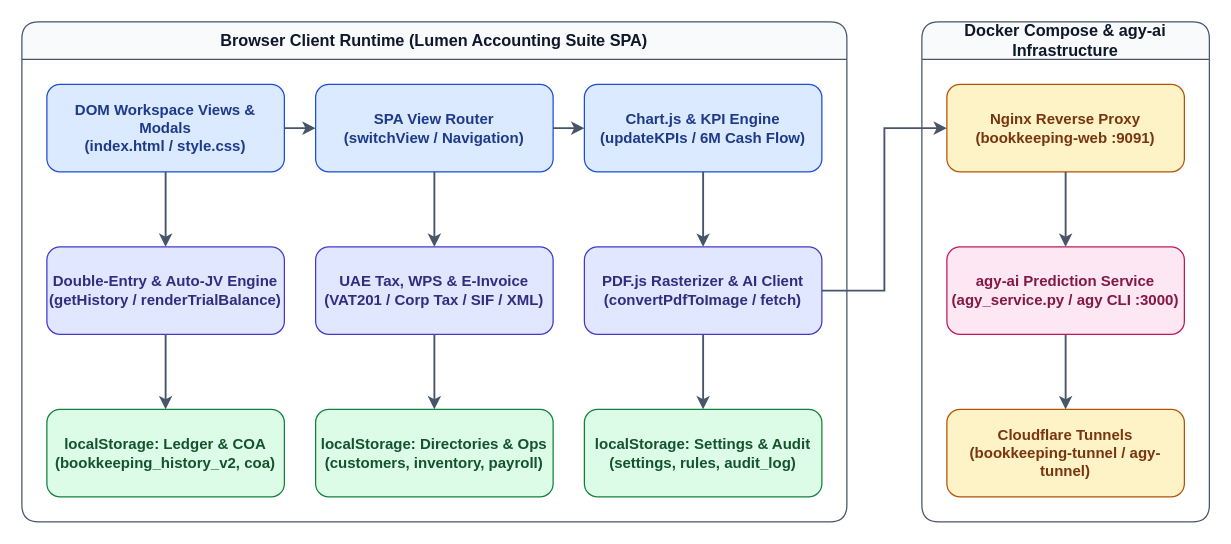
lumenconsultancyae/bookeeping_docs keeps this draw.io diagram as docs/diagrams/system-architecture.drawio. Above is the earlier version. Source tidied: cells renumbered, new cells numbered last; positions are measured from the earlier drawing's top-left corner, leaving out a move shared by most shapes. Both pictures are drawn from the tidied source at 125%, with x=0, y=0 at pixel (21, 21).
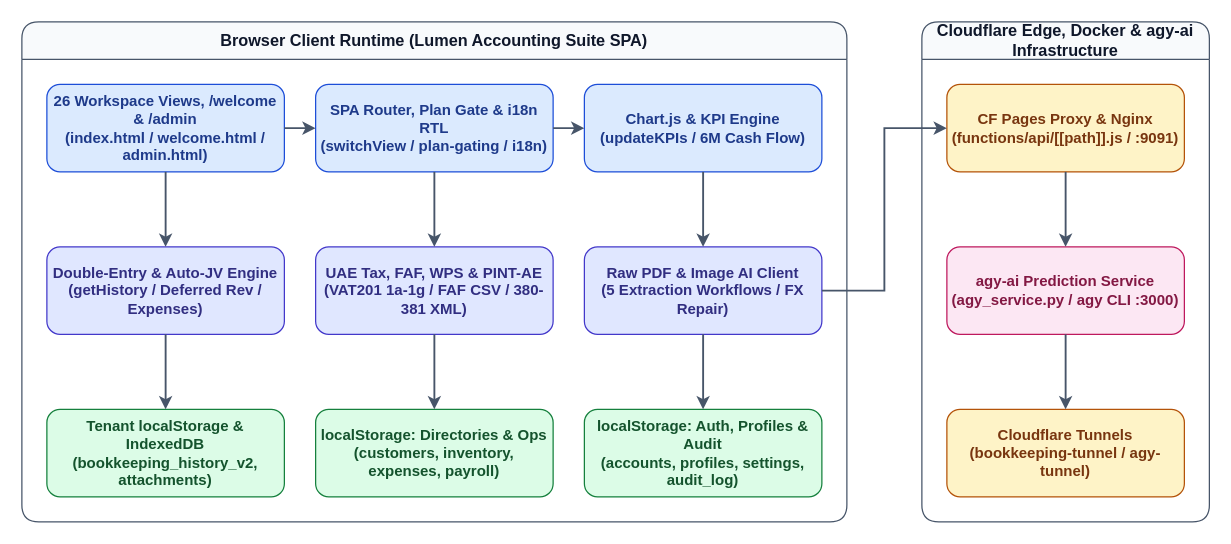
After the change.

Commit message (it also covers changes not shown here):
docs(architecture): synchronize PRD, SDD, runbook, user guide, and Draw.io diagrams with codebase

The change refers to these unchanged cells:
```xml
<mxCell id="2" value="Browser Client Runtime (Lumen Accounting Suite SPA)" style="swimlane;whiteSpace=wrap;html=1;startSize=30;fillColor=#f8fafc;strokeColor=#475569;fontColor=#0f172a;fontStyle=1;fontSize=13;rounded=1;" parent="1" vertex="1">
  <mxGeometry width="660" height="400" as="geometry" />
</mxCell>
```

What changed in the source:
```diff
@@
-    <mxCell id="3" value="DOM Workspace Views &amp; Modals&#10;(index.html / style.css)" style="rounded=1;whiteSpace=wrap;html=1;fillColor=#dbeafe;strokeColor=#1d4ed8;fontColor=#1e3a8a;fontSize=12;fontStyle=1;" parent="2" vertex="1">
+    <mxCell id="3" value="26 Workspace Views, /welcome &amp; /admin&#10;(index.html / welcome.html / admin.html)" style="rounded=1;whiteSpace=wrap;html=1;fillColor=#dbeafe;strokeColor=#1d4ed8;fontColor=#1e3a8a;fontSize=12;fontStyle=1;" parent="2" vertex="1">
       <mxGeometry x="20" y="50" width="190" height="70" as="geometry" />
     </mxCell>
-    <mxCell id="4" value="SPA View Router&#10;(switchView / Navigation)" style="rounded=1;whiteSpace=wrap;html=1;fillColor=#dbeafe;strokeColor=#1d4ed8;fontColor=#1e3a8a;fontSize=12;fontStyle=1;" parent="2" vertex="1">
+    <mxCell id="4" value="SPA Router, Plan Gate &amp; i18n RTL&#10;(switchView / plan-gating / i18n)" style="rounded=1;whiteSpace=wrap;html=1;fillColor=#dbeafe;strokeColor=#1d4ed8;fontColor=#1e3a8a;fontSize=12;fontStyle=1;" parent="2" vertex="1">
       <mxGeometry x="235" y="50" width="190" height="70" as="geometry" />
     </mxCell>
@@
-    <mxCell id="6" value="Double-Entry &amp; Auto-JV Engine&#10;(getHistory / renderTrialBalance)" style="rounded=1;whiteSpace=wrap;html=1;fillColor=#e0e7ff;strokeColor=#4338ca;fontColor=#312e81;fontSize=12;fontStyle=1;" parent="2" vertex="1">
+    <mxCell id="6" value="Double-Entry &amp; Auto-JV Engine&#10;(getHistory / Deferred Rev / Expenses)" style="rounded=1;whiteSpace=wrap;html=1;fillColor=#e0e7ff;strokeColor=#4338ca;fontColor=#312e81;fontSize=12;fontStyle=1;" parent="2" vertex="1">
       <mxGeometry x="20" y="180" width="190" height="70" as="geometry" />
     </mxCell>
-    <mxCell id="7" value="UAE Tax, WPS &amp; E-Invoice&#10;(VAT201 / Corp Tax / SIF / XML)" style="rounded=1;whiteSpace=wrap;html=1;fillColor=#e0e7ff;strokeColor=#4338ca;fontColor=#312e81;fontSize=12;fontStyle=1;" parent="2" vertex="1">
+    <mxCell id="7" value="UAE Tax, FAF, WPS &amp; PINT-AE&#10;(VAT201 1a-1g / FAF CSV / 380-381 XML)" style="rounded=1;whiteSpace=wrap;html=1;fillColor=#e0e7ff;strokeColor=#4338ca;fontColor=#312e81;fontSize=12;fontStyle=1;" parent="2" vertex="1">
       <mxGeometry x="235" y="180" width="190" height="70" as="geometry" />
     </mxCell>
-    <mxCell id="8" value="PDF.js Rasterizer &amp; AI Client&#10;(convertPdfToImage / fetch)" style="rounded=1;whiteSpace=wrap;html=1;fillColor=#e0e7ff;strokeColor=#4338ca;fontColor=#312e81;fontSize=12;fontStyle=1;" parent="2" vertex="1">
+    <mxCell id="8" value="Raw PDF &amp; Image AI Client&#10;(5 Extraction Workflows / FX Repair)" style="rounded=1;whiteSpace=wrap;html=1;fillColor=#e0e7ff;strokeColor=#4338ca;fontColor=#312e81;fontSize=12;fontStyle=1;" parent="2" vertex="1">
       <mxGeometry x="450" y="180" width="190" height="70" as="geometry" />
     </mxCell>
-    <mxCell id="9" value="localStorage: Ledger &amp; COA&#10;(bookkeeping_history_v2, coa)" style="rounded=1;whiteSpace=wrap;html=1;fillColor=#dcfce7;strokeColor=#15803d;fontColor=#14532d;fontSize=12;fontStyle=1;" parent="2" vertex="1">
+    <mxCell id="9" value="Tenant localStorage &amp; IndexedDB&#10;(bookkeeping_history_v2, attachments)" style="rounded=1;whiteSpace=wrap;html=1;fillColor=#dcfce7;strokeColor=#15803d;fontColor=#14532d;fontSize=12;fontStyle=1;" parent="2" vertex="1">
       <mxGeometry x="20" y="310" width="190" height="70" as="geometry" />
     </mxCell>
-    <mxCell id="10" value="localStorage: Directories &amp; Ops&#10;(customers, inventory, payroll)" style="rounded=1;whiteSpace=wrap;html=1;fillColor=#dcfce7;strokeColor=#15803d;fontColor=#14532d;fontSize=12;fontStyle=1;" parent="2" vertex="1">
+    <mxCell id="10" value="localStorage: Directories &amp; Ops&#10;(customers, inventory, expenses, payroll)" style="rounded=1;whiteSpace=wrap;html=1;fillColor=#dcfce7;strokeColor=#15803d;fontColor=#14532d;fontSize=12;fontStyle=1;" parent="2" vertex="1">
       <mxGeometry x="235" y="310" width="190" height="70" as="geometry" />
     </mxCell>
-    <mxCell id="11" value="localStorage: Settings &amp; Audit&#10;(settings, rules, audit_log)" style="rounded=1;whiteSpace=wrap;html=1;fillColor=#dcfce7;strokeColor=#15803d;fontColor=#14532d;fontSize=12;fontStyle=1;" parent="2" vertex="1">
+    <mxCell id="11" value="localStorage: Auth, Profiles &amp; Audit&#10;(accounts, profiles, settings, audit_log)" style="rounded=1;whiteSpace=wrap;html=1;fillColor=#dcfce7;strokeColor=#15803d;fontColor=#14532d;fontSize=12;fontStyle=1;" parent="2" vertex="1">
       <mxGeometry x="450" y="310" width="190" height="70" as="geometry" />
     </mxCell>
-    <mxCell id="12" value="Docker Compose &amp; agy-ai Infrastructure" style="swimlane;whiteSpace=wrap;html=1;startSize=30;fillColor=#f8fafc;strokeColor=#475569;fontColor=#0f172a;fontStyle=1;fontSize=13;rounded=1;" parent="1" vertex="1">
+    <mxCell id="12" value="Cloudflare Edge, Docker &amp; agy-ai Infrastructure" style="swimlane;whiteSpace=wrap;html=1;startSize=30;fillColor=#f8fafc;strokeColor=#475569;fontColor=#0f172a;fontStyle=1;fontSize=13;rounded=1;" parent="1" vertex="1">
       <mxGeometry x="720" width="230" height="400" as="geometry" />
     </mxCell>
-    <mxCell id="13" value="Nginx Reverse Proxy&#10;(bookkeeping-web :9091)" style="rounded=1;whiteSpace=wrap;html=1;fillColor=#fef3c7;strokeColor=#b45309;fontColor=#78350f;fontSize=12;fontStyle=1;" parent="12" vertex="1">
+    <mxCell id="13" value="CF Pages Proxy &amp; Nginx&#10;(functions/api/[[path]].js / :9091)" style="rounded=1;whiteSpace=wrap;html=1;fillColor=#fef3c7;strokeColor=#b45309;fontColor=#78350f;fontSize=12;fontStyle=1;" parent="12" vertex="1">
       <mxGeometry x="20" y="50" width="190" height="70" as="geometry" />
     </mxCell>
```
